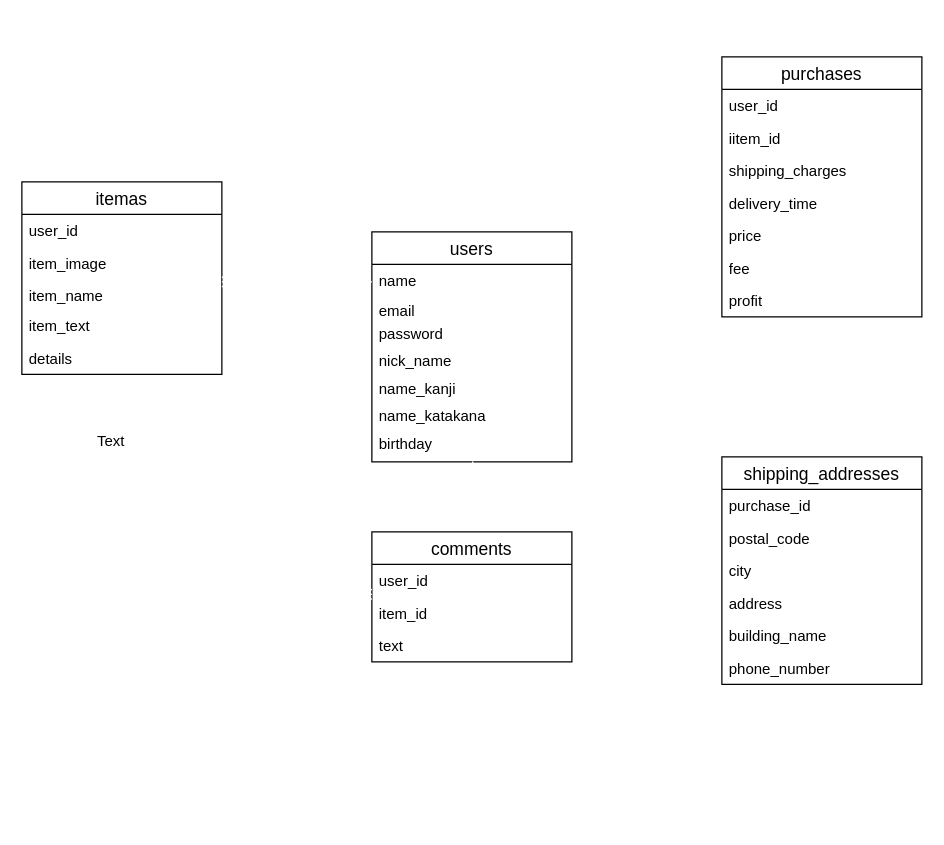
This is rurima-29200.dio from HondaTomoyuki/furima-29200, a draw.io file, before an edit. Source tidied: cells renumbered, new cells numbered last; positions are measured from the earlier drawing's top-left corner, leaving out a move shared by most shapes. Both pictures are drawn from the tidied source at 125%, with x=0, y=0 at pixel (21, 56).
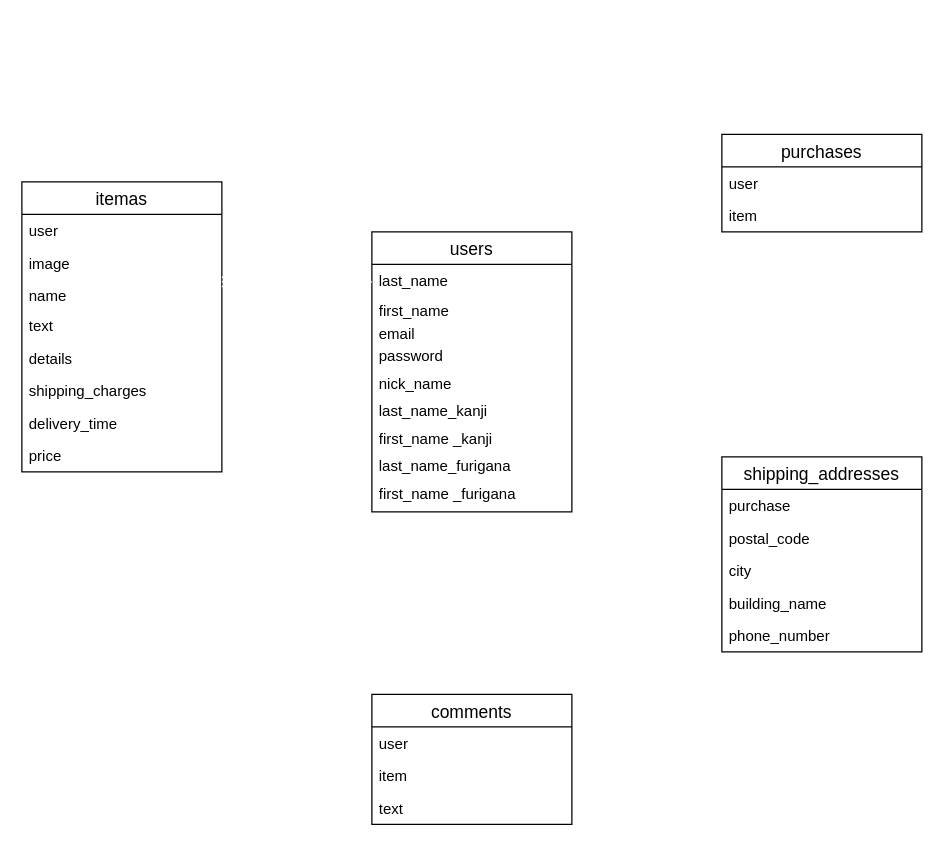
Above is the later version.

Change to the diagram source:
```diff
@@
-    <mxCell id="2" style="edgeStyle=orthogonalEdgeStyle;rounded=0;jettySize=auto;html=1;exitX=0.5;exitY=0;exitDx=0;exitDy=0;entryX=0;entryY=0.5;entryDx=0;entryDy=0;startArrow=ERone;startFill=0;endArrow=ERmany;endFill=0;strokeColor=#FFFFFF;" parent="1" edge="1" source="3" target="28">
+    <mxCell id="2" style="edgeStyle=orthogonalEdgeStyle;rounded=0;jettySize=auto;html=1;exitX=0.5;exitY=0;exitDx=0;exitDy=0;entryX=-0.001;entryY=0.9;entryDx=0;entryDy=0;startArrow=ERone;startFill=0;endArrow=ERmany;endFill=0;strokeColor=#FFFFFF;entryPerimeter=0;" parent="1" edge="1" source="3" target="26">
       <mxGeometry relative="1" as="geometry" />
     </mxCell>
     <mxCell id="3" value="users" style="swimlane;fontStyle=0;horizontal=1;startSize=26;align=center;fontSize=14;" parent="1" vertex="1">
-      <mxGeometry x="280" y="140" width="160" height="184" as="geometry" />
+      <mxGeometry x="280" y="140" width="160" height="224" as="geometry" />
     </mxCell>
-    <mxCell id="4" value="name" style="text;strokeColor=none;fillColor=none;spacingLeft=4;spacingRight=4;overflow=hidden;fontSize=12;" parent="3" vertex="1">
+    <mxCell id="4" value="last_name " style="text;strokeColor=none;fillColor=none;spacingLeft=4;spacingRight=4;overflow=hidden;fontSize=12;" parent="3" vertex="1">
       <mxGeometry y="26" width="160" height="24" as="geometry" />
     </mxCell>
+    <mxCell id="42" value="first_name" style="text;strokeColor=none;fillColor=none;spacingLeft=4;spacingRight=4;overflow=hidden;fontSize=12;" parent="3" vertex="1">
+      <mxGeometry y="50" width="160" height="18" as="geometry" />
+    </mxCell>
     <mxCell id="5" value="email" style="text;strokeColor=none;fillColor=none;spacingLeft=4;spacingRight=4;overflow=hidden;fontSize=12;" parent="3" vertex="1">
-      <mxGeometry y="50" width="160" height="18" as="geometry" />
+      <mxGeometry y="68" width="160" height="18" as="geometry" />
     </mxCell>
     <mxCell id="6" value="password&#10;&#10;" style="text;strokeColor=none;fillColor=none;spacingLeft=4;spacingRight=4;overflow=hidden;fontSize=12;" parent="3" vertex="1">
-      <mxGeometry y="68" width="160" height="22" as="geometry" />
+      <mxGeometry y="86" width="160" height="22" as="geometry" />
     </mxCell>
     <mxCell id="7" value="nick_name&#10;" style="text;strokeColor=none;fillColor=none;spacingLeft=4;spacingRight=4;overflow=hidden;fontSize=12;" parent="3" vertex="1">
-      <mxGeometry y="90" width="160" height="22" as="geometry" />
+      <mxGeometry y="108" width="160" height="22" as="geometry" />
     </mxCell>
-    <mxCell id="8" value="name_kanji" style="text;strokeColor=none;fillColor=none;spacingLeft=4;spacingRight=4;overflow=hidden;fontSize=12;" parent="3" vertex="1">
-      <mxGeometry y="112" width="160" height="22" as="geometry" />
+    <mxCell id="8" value="last_name_kanji" style="text;strokeColor=none;fillColor=none;spacingLeft=4;spacingRight=4;overflow=hidden;fontSize=12;" parent="3" vertex="1">
+      <mxGeometry y="130" width="160" height="22" as="geometry" />
     </mxCell>
+    <mxCell id="43" value="first_name _kanji" style="text;strokeColor=none;fillColor=none;spacingLeft=4;spacingRight=4;overflow=hidden;fontSize=12;" parent="3" vertex="1">
+      <mxGeometry y="152" width="160" height="22" as="geometry" />
+    </mxCell>
-    <mxCell id="9" value="name_katakana" style="text;strokeColor=none;fillColor=none;spacingLeft=4;spacingRight=4;overflow=hidden;fontSize=12;" parent="3" vertex="1">
-      <mxGeometry y="134" width="160" height="22" as="geometry" />
+    <mxCell id="9" value="last_name_furigana" style="text;strokeColor=none;fillColor=none;spacingLeft=4;spacingRight=4;overflow=hidden;fontSize=12;" parent="3" vertex="1">
+      <mxGeometry y="174" width="160" height="22" as="geometry" />
     </mxCell>
-    <mxCell id="10" value="birthday" style="text;strokeColor=none;fillColor=none;spacingLeft=4;spacingRight=4;overflow=hidden;points=[[0,0.5],[1,0.5]];portConstraint=eastwest;fontSize=12;" parent="3" vertex="1">
-      <mxGeometry y="156" width="160" height="28" as="geometry" />
-    </mxCell>
+    <mxCell id="44" value="first_name _furigana" style="text;strokeColor=none;fillColor=none;spacingLeft=4;spacingRight=4;overflow=hidden;points=[[0,0.5],[1,0.5]];portConstraint=eastwest;fontSize=12;" parent="3" vertex="1">
+      <mxGeometry y="196" width="160" height="28" as="geometry" />
+    </mxCell>
-    <mxCell id="11" style="edgeStyle=orthogonalEdgeStyle;rounded=0;jettySize=auto;html=1;exitX=0.5;exitY=0;exitDx=0;exitDy=0;entryX=0.505;entryY=0.986;entryDx=0;entryDy=0;entryPerimeter=0;startArrow=ERmany;startFill=0;endArrow=ERone;endFill=0;strokeColor=#FFFFFF;" parent="1" edge="1" source="12" target="10">
+    <mxCell id="11" style="edgeStyle=orthogonalEdgeStyle;rounded=0;jettySize=auto;html=1;exitX=0.5;exitY=0;exitDx=0;exitDy=0;entryX=0.508;entryY=1.15;entryDx=0;entryDy=0;entryPerimeter=0;startArrow=ERmany;startFill=0;endArrow=ERone;endFill=0;strokeColor=#FFFFFF;" parent="1" edge="1" source="12" target="44">
       <mxGeometry relative="1" as="geometry">
         <Array as="points">
-          <mxPoint x="360" y="330" />
+          <mxPoint x="360" y="500" />
+          <mxPoint x="361" y="500" />
         </Array>
       </mxGeometry>
     </mxCell>
-    <mxCell id="12" value="comments" style="swimlane;fontStyle=0;horizontal=1;startSize=26;align=center;fontSize=14;" parent="1" vertex="1">
-      <mxGeometry x="280" y="380" width="160" height="104" as="geometry" />
-    </mxCell>
-    <mxCell id="13" value="user_id" style="text;strokeColor=none;fillColor=none;spacingLeft=4;spacingRight=4;overflow=hidden;points=[[0,0.5],[1,0.5]];portConstraint=eastwest;fontSize=12;" parent="12" vertex="1">
-      <mxGeometry y="26" width="160" height="26" as="geometry" />
-    </mxCell>
-    <mxCell id="14" value="item_id" style="text;strokeColor=none;fillColor=none;spacingLeft=4;spacingRight=4;overflow=hidden;fontSize=12;" parent="12" vertex="1">
-      <mxGeometry y="52" width="160" height="26" as="geometry" />
-    </mxCell>
-    <mxCell id="15" value="text" style="text;strokeColor=none;fillColor=none;spacingLeft=4;spacingRight=4;overflow=hidden;fontSize=12;" parent="12" vertex="1">
-      <mxGeometry y="78" width="160" height="26" as="geometry" />
-    </mxCell>
     <mxCell id="16" style="edgeStyle=orthogonalEdgeStyle;rounded=0;jettySize=auto;html=1;exitX=0.5;exitY=0;exitDx=0;exitDy=0;entryX=0.5;entryY=0;entryDx=0;entryDy=0;startArrow=ERone;startFill=0;endArrow=ERone;endFill=0;strokeColor=#FFFFFF;" parent="1" edge="1" source="17" target="25">
-      <mxGeometry relative="1" as="geometry" />
+      <mxGeometry relative="1" as="geometry">
+        <Array as="points">
+          <mxPoint x="80" y="30" />
+          <mxPoint x="640" y="30" />
+        </Array>
+      </mxGeometry>
     </mxCell>
     <mxCell id="17" value="itemas" style="swimlane;fontStyle=0;horizontal=1;startSize=26;align=center;fontSize=14;" parent="1" vertex="1">
-      <mxGeometry y="100" width="160" height="154" as="geometry" />
+      <mxGeometry y="100" width="160" height="232" as="geometry" />
     </mxCell>
-    <mxCell id="18" value="user_id" style="text;strokeColor=none;fillColor=none;spacingLeft=4;spacingRight=4;overflow=hidden;fontSize=12;" parent="17" vertex="1">
+    <mxCell id="18" value="user" style="text;strokeColor=none;fillColor=none;spacingLeft=4;spacingRight=4;overflow=hidden;fontSize=12;" parent="17" vertex="1">
       <mxGeometry y="26" width="160" height="26" as="geometry" />
     </mxCell>
-    <mxCell id="19" value="item_image" style="text;strokeColor=none;fillColor=none;spacingLeft=4;spacingRight=4;overflow=hidden;fontSize=12;" parent="17" vertex="1">
+    <mxCell id="19" value="image" style="text;strokeColor=none;fillColor=none;spacingLeft=4;spacingRight=4;overflow=hidden;fontSize=12;" parent="17" vertex="1">
       <mxGeometry y="52" width="160" height="26" as="geometry" />
     </mxCell>
-    <mxCell id="20" value="item_name" style="text;strokeColor=none;fillColor=none;spacingLeft=4;spacingRight=4;overflow=hidden;fontSize=12;" parent="17" vertex="1">
+    <mxCell id="20" value="name" style="text;strokeColor=none;fillColor=none;spacingLeft=4;spacingRight=4;overflow=hidden;fontSize=12;" parent="17" vertex="1">
       <mxGeometry y="78" width="160" height="24" as="geometry" />
     </mxCell>
-    <mxCell id="21" value="item_text" style="text;strokeColor=none;fillColor=none;spacingLeft=4;spacingRight=4;overflow=hidden;fontSize=12;" parent="17" vertex="1">
+    <mxCell id="21" value="text" style="text;strokeColor=none;fillColor=none;spacingLeft=4;spacingRight=4;overflow=hidden;fontSize=12;fontStyle=0;" parent="17" vertex="1">
       <mxGeometry y="102" width="160" height="26" as="geometry" />
     </mxCell>
@@
-    <mxCell id="23" style="fontSize=12;html=1;endArrow=ERone;endFill=0;strokeColor=#FFFFFF;edgeStyle=orthogonalEdgeStyle;startArrow=ERmany;startFill=0;" parent="1" edge="1">
-      <mxGeometry relative="1" as="geometry">
-        <mxPoint x="160" y="180" as="sourcePoint" />
-        <mxPoint x="280" y="180" as="targetPoint" />
-      </mxGeometry>
-    </mxCell>
-    <mxCell id="24" style="edgeStyle=orthogonalEdgeStyle;fontSize=12;html=1;endArrow=ERmany;endFill=0;strokeColor=#FFFFFF;startArrow=ERone;startFill=0;" parent="1" edge="1">
-      <mxGeometry relative="1" as="geometry">
-        <mxPoint x="90" y="258" as="sourcePoint" />
-        <mxPoint x="280" y="430" as="targetPoint" />
-        <Array as="points">
-          <mxPoint x="90" y="258" />
-          <mxPoint x="90" y="430" />
-        </Array>
-      </mxGeometry>
-    </mxCell>
-    <mxCell id="25" value="purchases" style="swimlane;fontStyle=0;horizontal=1;startSize=26;align=center;fontSize=14;" parent="1" vertex="1">
-      <mxGeometry x="560" width="160" height="208" as="geometry" />
-    </mxCell>
-    <mxCell id="26" value="user_id" style="text;strokeColor=none;fillColor=none;spacingLeft=4;spacingRight=4;overflow=hidden;points=[[0,0.5],[1,0.5]];portConstraint=eastwest;fontSize=12;" parent="25" vertex="1">
-      <mxGeometry y="26" width="160" height="26" as="geometry" />
-    </mxCell>
-    <mxCell id="27" value="iitem_id" style="text;strokeColor=none;fillColor=none;spacingLeft=4;spacingRight=4;overflow=hidden;points=[[0,0.5],[1,0.5]];portConstraint=eastwest;fontSize=12;" parent="25" vertex="1">
-      <mxGeometry y="52" width="160" height="26" as="geometry" />
-    </mxCell>
-    <mxCell id="28" value="shipping_charges" style="text;strokeColor=none;fillColor=none;spacingLeft=4;spacingRight=4;overflow=hidden;points=[[0,0.5],[1,0.5]];portConstraint=eastwest;fontSize=12;" parent="25" vertex="1">
-      <mxGeometry y="78" width="160" height="26" as="geometry" />
+    <mxCell id="28" value="shipping_charges" style="text;strokeColor=none;fillColor=none;spacingLeft=4;spacingRight=4;overflow=hidden;points=[[0,0.5],[1,0.5]];portConstraint=eastwest;fontSize=12;" parent="17" vertex="1">
+      <mxGeometry y="154" width="160" height="26" as="geometry" />
     </mxCell>
-    <mxCell id="29" value="delivery_time" style="text;strokeColor=none;fillColor=none;spacingLeft=4;spacingRight=4;overflow=hidden;fontSize=12;fontStyle=0;" parent="25" vertex="1">
-      <mxGeometry y="104" width="160" height="26" as="geometry" />
+    <mxCell id="29" value="delivery_time " style="text;strokeColor=none;fillColor=none;spacingLeft=4;spacingRight=4;overflow=hidden;fontSize=12;" parent="17" vertex="1">
+      <mxGeometry y="180" width="160" height="26" as="geometry" />
     </mxCell>
-    <mxCell id="30" value="price" style="text;strokeColor=none;fillColor=none;spacingLeft=4;spacingRight=4;overflow=hidden;points=[[0,0.5],[1,0.5]];portConstraint=eastwest;fontSize=12;" parent="25" vertex="1">
-      <mxGeometry y="130" width="160" height="26" as="geometry" />
+    <mxCell id="30" value="price" style="text;strokeColor=none;fillColor=none;spacingLeft=4;spacingRight=4;overflow=hidden;points=[[0,0.5],[1,0.5]];portConstraint=eastwest;fontSize=12;" parent="17" vertex="1">
+      <mxGeometry y="206" width="160" height="26" as="geometry" />
     </mxCell>
-    <mxCell id="31" value="fee" style="text;strokeColor=none;fillColor=none;spacingLeft=4;spacingRight=4;overflow=hidden;fontSize=12;" parent="25" vertex="1">
-      <mxGeometry y="156" width="160" height="26" as="geometry" />
-    </mxCell>
-    <mxCell id="32" value="profit" style="text;strokeColor=none;fillColor=none;spacingLeft=4;spacingRight=4;overflow=hidden;points=[[0,0.5],[1,0.5]];portConstraint=eastwest;fontSize=12;" parent="25" vertex="1">
-      <mxGeometry y="182" width="160" height="26" as="geometry" />
-    </mxCell>
+    <mxCell id="23" style="fontSize=12;html=1;endArrow=ERone;endFill=0;strokeColor=#FFFFFF;edgeStyle=orthogonalEdgeStyle;startArrow=ERmany;startFill=0;" parent="1" edge="1">
+      <mxGeometry relative="1" as="geometry">
+        <mxPoint x="160" y="180" as="sourcePoint" />
+        <mxPoint x="280" y="180" as="targetPoint" />
+      </mxGeometry>
+    </mxCell>
+    <mxCell id="24" style="edgeStyle=orthogonalEdgeStyle;fontSize=12;html=1;endArrow=ERmany;endFill=0;strokeColor=#FFFFFF;startArrow=ERone;startFill=0;entryX=0;entryY=0.892;entryDx=0;entryDy=0;entryPerimeter=0;exitX=0.494;exitY=1.046;exitDx=0;exitDy=0;exitPerimeter=0;" parent="1" edge="1" source="30" target="13">
+      <mxGeometry relative="1" as="geometry">
+        <Array as="points">
+          <mxPoint x="79" y="560" />
+          <mxPoint x="80" y="560" />
+        </Array>
+      </mxGeometry>
+    </mxCell>
-    <mxCell id="33" style="edgeStyle=orthogonalEdgeStyle;rounded=0;jettySize=auto;html=1;exitX=0.5;exitY=0;exitDx=0;exitDy=0;startArrow=ERone;startFill=0;endArrow=ERone;endFill=0;strokeColor=#FFFFFF;entryX=0.495;entryY=1.123;entryDx=0;entryDy=0;entryPerimeter=0;" parent="1" edge="1" source="34" target="32">
+    <mxCell id="33" style="edgeStyle=orthogonalEdgeStyle;rounded=0;jettySize=auto;html=1;exitX=0.5;exitY=0;exitDx=0;exitDy=0;startArrow=ERone;startFill=0;endArrow=ERone;endFill=0;strokeColor=#FFFFFF;entryX=0.505;entryY=1.092;entryDx=0;entryDy=0;entryPerimeter=0;" parent="1" edge="1" source="34" target="27">
       <mxGeometry relative="1" as="geometry">
         <Array as="points">
           <mxPoint x="640" y="264" />
-          <mxPoint x="639" y="264" />
+          <mxPoint x="641" y="264" />
         </Array>
       </mxGeometry>
     </mxCell>
     <mxCell id="34" value="shipping_addresses" style="swimlane;fontStyle=0;horizontal=1;startSize=26;align=center;fontSize=14;" parent="1" vertex="1">
-      <mxGeometry x="560" y="320" width="160" height="182" as="geometry" />
+      <mxGeometry x="560" y="320" width="160" height="156" as="geometry" />
     </mxCell>
-    <mxCell id="35" value="purchase_id" style="text;strokeColor=none;fillColor=none;spacingLeft=4;spacingRight=4;overflow=hidden;fontSize=12;" parent="34" vertex="1">
+    <mxCell id="35" value="purchase" style="text;strokeColor=none;fillColor=none;spacingLeft=4;spacingRight=4;overflow=hidden;fontSize=12;" parent="34" vertex="1">
       <mxGeometry y="26" width="160" height="26" as="geometry" />
     </mxCell>
@@
-    <mxCell id="38" value="address" style="text;strokeColor=none;fillColor=none;spacingLeft=4;spacingRight=4;overflow=hidden;fontSize=12;" parent="34" vertex="1">
-      <mxGeometry y="104" width="160" height="26" as="geometry" />
-    </mxCell>
     <mxCell id="39" value="building_name" style="text;strokeColor=none;fillColor=none;spacingLeft=4;spacingRight=4;overflow=hidden;fontSize=12;" parent="34" vertex="1">
-      <mxGeometry y="130" width="160" height="26" as="geometry" />
+      <mxGeometry y="104" width="160" height="26" as="geometry" />
     </mxCell>
     <mxCell id="40" value="phone_number" style="text;strokeColor=none;fillColor=none;spacingLeft=4;spacingRight=4;overflow=hidden;fontSize=12;" parent="34" vertex="1">
-      <mxGeometry y="156" width="160" height="26" as="geometry" />
+      <mxGeometry y="130" width="160" height="26" as="geometry" />
     </mxCell>
-    <mxCell id="41" value="Text" style="text;html=1;align=center;verticalAlign=middle;" parent="1" vertex="1">
-      <mxGeometry x="51" y="298" width="40" height="20" as="geometry" />
-    </mxCell>
+    <mxCell id="12" value="comments" style="swimlane;fontStyle=0;horizontal=1;startSize=26;align=center;fontSize=14;" parent="1" vertex="1">
+      <mxGeometry x="280" y="510" width="160" height="104" as="geometry" />
+    </mxCell>
+    <mxCell id="13" value="user" style="text;strokeColor=none;fillColor=none;spacingLeft=4;spacingRight=4;overflow=hidden;points=[[0,0.5],[1,0.5]];portConstraint=eastwest;fontSize=12;" parent="12" vertex="1">
+      <mxGeometry y="26" width="160" height="26" as="geometry" />
+    </mxCell>
+    <mxCell id="14" value="item" style="text;strokeColor=none;fillColor=none;spacingLeft=4;spacingRight=4;overflow=hidden;fontSize=12;" parent="12" vertex="1">
+      <mxGeometry y="52" width="160" height="26" as="geometry" />
+    </mxCell>
+    <mxCell id="15" value="text" style="text;strokeColor=none;fillColor=none;spacingLeft=4;spacingRight=4;overflow=hidden;fontSize=12;" parent="12" vertex="1">
+      <mxGeometry y="78" width="160" height="26" as="geometry" />
+    </mxCell>
+    <mxCell id="25" value="purchases" style="swimlane;fontStyle=0;horizontal=1;startSize=26;align=center;fontSize=14;" parent="1" vertex="1">
+      <mxGeometry x="560" y="62" width="160" height="78" as="geometry" />
+    </mxCell>
+    <mxCell id="26" value="user" style="text;strokeColor=none;fillColor=none;spacingLeft=4;spacingRight=4;overflow=hidden;points=[[0,0.5],[1,0.5]];portConstraint=eastwest;fontSize=12;" parent="25" vertex="1">
+      <mxGeometry y="26" width="160" height="26" as="geometry" />
+    </mxCell>
+    <mxCell id="27" value="item" style="text;strokeColor=none;fillColor=none;spacingLeft=4;spacingRight=4;overflow=hidden;points=[[0,0.5],[1,0.5]];portConstraint=eastwest;fontSize=12;" parent="25" vertex="1">
+      <mxGeometry y="52" width="160" height="26" as="geometry" />
+    </mxCell>
```
